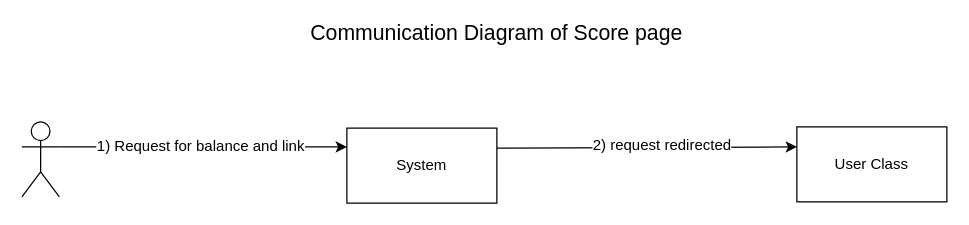
kargaranamir/Travelink keeps this draw.io diagram as Behavioral Modeling/Communication Diagram/CD_score page.drawio. Above is the earlier version. Source tidied: cells renumbered, new cells numbered last; positions are measured from the earlier drawing's top-left corner, leaving out a move shared by most shapes. Both pictures are drawn from the tidied source at 125%, with x=0, y=0 at pixel (21, 21).
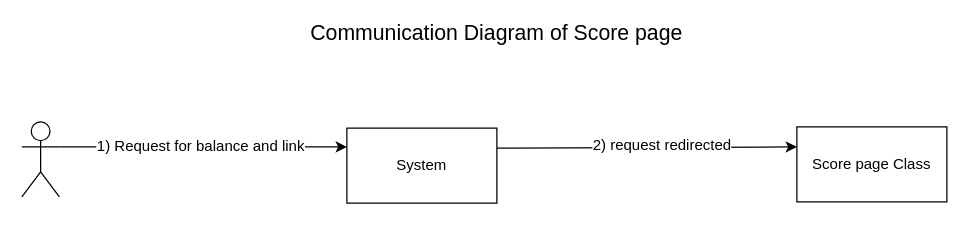
After the change.

Change to the diagram source:
```diff
@@
 <mxGraphModel>
   <root>
     <mxCell id="0" />
     <mxCell id="1" parent="0" />
     <mxCell id="2" style="shape=umlActor;verticalLabelPosition=bottom;labelBackgroundColor=#ffffff;verticalAlign=top;html=1;outlineConnect=0;" parent="1" vertex="1">
       <mxGeometry y="80" width="30" height="60" as="geometry" />
     </mxCell>
     <mxCell id="3" value="System" style="rounded=0;whiteSpace=wrap;html=1;" parent="1" vertex="1">
       <mxGeometry x="260" y="85" width="120" height="60" as="geometry" />
     </mxCell>
-    <mxCell id="4" value="&lt;span&gt;User Class&lt;/span&gt;" style="rounded=0;whiteSpace=wrap;html=1;" parent="1" vertex="1">
+    <mxCell id="4" value="&lt;span&gt;Score page Class&lt;/span&gt;" style="rounded=0;whiteSpace=wrap;html=1;" parent="1" vertex="1">
       <mxGeometry x="620" y="84" width="120" height="60" as="geometry" />
     </mxCell>
     <mxCell id="5" style="endArrow=classic;html=1;entryX=0;entryY=0.25;entryDx=0;entryDy=0;exitX=1;exitY=0.3333333333333333;exitDx=0;exitDy=0;exitPerimeter=0;" parent="1" edge="1" source="2" target="3">
       <mxGeometry relative="1" as="geometry" />
     </mxCell>
     <mxCell id="6" value="&lt;span&gt;1) Request for balance and link&lt;/span&gt;&lt;br&gt;" style="text;html=1;align=center;verticalAlign=middle;labelBackgroundColor=#ffffff;" parent="5" vertex="1">
       <mxGeometry x="-0.03" y="1" relative="1" as="geometry" />
     </mxCell>
     <mxCell id="7" style="endArrow=classic;html=1;exitX=1;exitY=0.25;exitDx=0;exitDy=0;entryX=0;entryY=0.25;entryDx=0;entryDy=0;" parent="1" edge="1">
       <mxGeometry relative="1" as="geometry">
         <mxPoint x="380" y="101" as="sourcePoint" />
         <mxPoint x="620" y="100" as="targetPoint" />
       </mxGeometry>
     </mxCell>
     <mxCell id="8" value="&lt;span&gt;2) request redirected&lt;/span&gt;&lt;br&gt;" style="text;html=1;align=center;verticalAlign=middle;labelBackgroundColor=#ffffff;" parent="7" vertex="1">
       <mxGeometry x="0.21" relative="1" as="geometry">
         <mxPoint x="-13" y="-2" as="offset" />
       </mxGeometry>
     </mxCell>
     <mxCell id="9" value="&lt;font style=&quot;font-size: 17px&quot;&gt;Communication Diagram of Score page&lt;/font&gt;" style="text;html=1;strokeColor=none;fillColor=none;align=center;verticalAlign=middle;whiteSpace=wrap;rounded=0;" parent="1" vertex="1">
       <mxGeometry x="140" width="480" height="20" as="geometry" />
     </mxCell>
   </root>
 </mxGraphModel>
```
